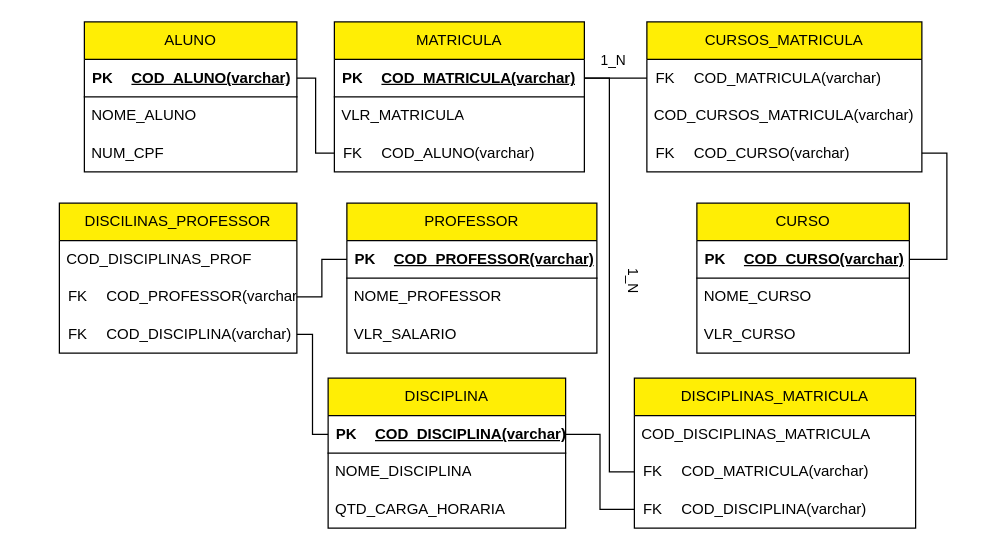
NicolasKevin2/BD keeps this draw.io diagram as Livraria/matricula.drawio. Above is the earlier version. Source tidied: cells renumbered, new cells numbered last; positions are measured from the earlier drawing's top-left corner, leaving out a move shared by most shapes. Both pictures are drawn from the tidied source at 125%, with x=0, y=0 at pixel (59, 21).
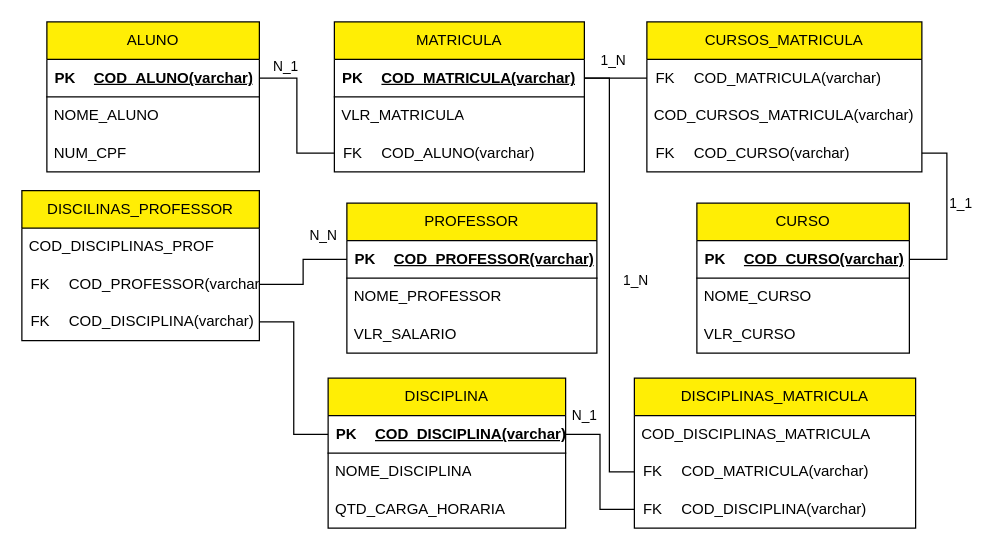
The same diagram, later.

The change refers to these unchanged cells:
```xml
<mxCell id="40" style="endArrow=none;html=1;rounded=0;edgeStyle=orthogonalEdgeStyle;" parent="1" edge="1" source="4" target="37">
  <mxGeometry relative="1" as="geometry" />
</mxCell>
<mxCell id="41" style="endArrow=none;html=1;rounded=0;edgeStyle=orthogonalEdgeStyle;" parent="1" edge="1" source="73" target="11">
  <mxGeometry relative="1" as="geometry">
    <Array as="points">
      <mxPoint x="710" y="105" />
      <mxPoint x="710" y="190" />
    </Array>
  </mxGeometry>
</mxCell>
<mxCell id="62" style="endArrow=none;html=1;rounded=0;edgeStyle=orthogonalEdgeStyle;" parent="1" edge="1" source="56" target="32">
  <mxGeometry relative="1" as="geometry" />
</mxCell>
<mxCell id="64" style="endArrow=none;html=1;rounded=0;edgeStyle=orthogonalEdgeStyle;" parent="1" edge="1" source="45" target="25">
  <mxGeometry relative="1" as="geometry" />
</mxCell>
<mxCell id="65" style="endArrow=none;html=1;rounded=0;edgeStyle=orthogonalEdgeStyle;" parent="1" edge="1" source="59" target="18">
  <mxGeometry relative="1" as="geometry" />
</mxCell>
```

The edit, as a diff of the source:
```diff
@@
     <mxCell id="2" value="ALUNO" style="swimlane;fontStyle=0;horizontal=1;startSize=30;whiteSpace=wrap;html=1;fillColor=#FFEE05;" parent="1" vertex="1">
-      <mxGeometry x="20" width="170" height="120" as="geometry" />
+      <mxGeometry x="-10" width="170" height="120" as="geometry" />
     </mxCell>
@@
+    <mxCell id="78" value="N_1" style="edgeLabel;html=1;align=center;verticalAlign=middle;" parent="40" vertex="1">
+      <mxGeometry x="-0.01" y="1" relative="1" as="geometry">
+        <mxPoint x="-11" y="-39" as="offset" />
+      </mxGeometry>
+    </mxCell>
@@
+    <mxCell id="79" value="1_1" style="edgeLabel;html=1;align=center;verticalAlign=middle;" parent="41" vertex="1">
+      <mxGeometry x="-0.12" y="3" relative="1" as="geometry">
+        <mxPoint x="7" as="offset" />
+      </mxGeometry>
+    </mxCell>
     <mxCell id="42" value="DISCILINAS_PROFESSOR" style="swimlane;fontStyle=0;horizontal=1;startSize=30;whiteSpace=wrap;html=1;fillColor=#FFEE05;" parent="1" vertex="1">
-      <mxGeometry y="145" width="190" height="120" as="geometry" />
+      <mxGeometry x="-30" y="135" width="190" height="120" as="geometry" />
     </mxCell>
@@
-    <mxCell id="63" value="1_N" style="edgeLabel;html=1;align=center;verticalAlign=middle;rotation=90;" parent="62" vertex="1">
+    <mxCell id="63" value="1_N" style="edgeLabel;html=1;align=center;verticalAlign=middle;rotation=0;" parent="62" vertex="1">
       <mxGeometry x="-0.01" y="-3" relative="1" as="geometry">
         <mxPoint x="17" y="2" as="offset" />
       </mxGeometry>
     </mxCell>
@@
+    <mxCell id="80" value="N_N" style="edgeLabel;html=1;align=center;verticalAlign=middle;" parent="64" vertex="1">
+      <mxGeometry x="0.01" relative="1" as="geometry">
+        <mxPoint x="15" y="-30" as="offset" />
+      </mxGeometry>
+    </mxCell>
@@
+    <mxCell id="81" value="N_1" style="edgeLabel;html=1;align=center;verticalAlign=middle;" parent="65" vertex="1">
+      <mxGeometry x="0.01" y="2" relative="1" as="geometry">
+        <mxPoint x="-11" y="-45" as="offset" />
+      </mxGeometry>
+    </mxCell>
```
